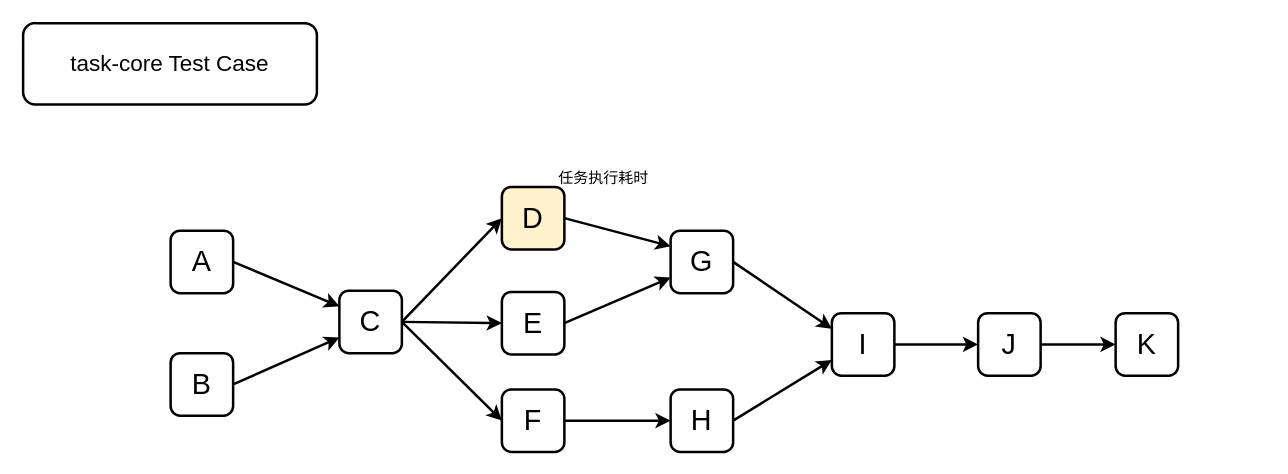
wojiaojsjzs/data-hamal keeps this draw.io diagram as page "Task Test DAG" (3 of 4) of data-hamal.drawio. Above is the earlier version. Source tidied: cells renumbered, new cells numbered last; positions are measured from the earlier drawing's top-left corner, leaving out a move shared by most shapes. Both pictures are drawn from the tidied source at 125%, with x=0, y=0 at pixel (22, 22).
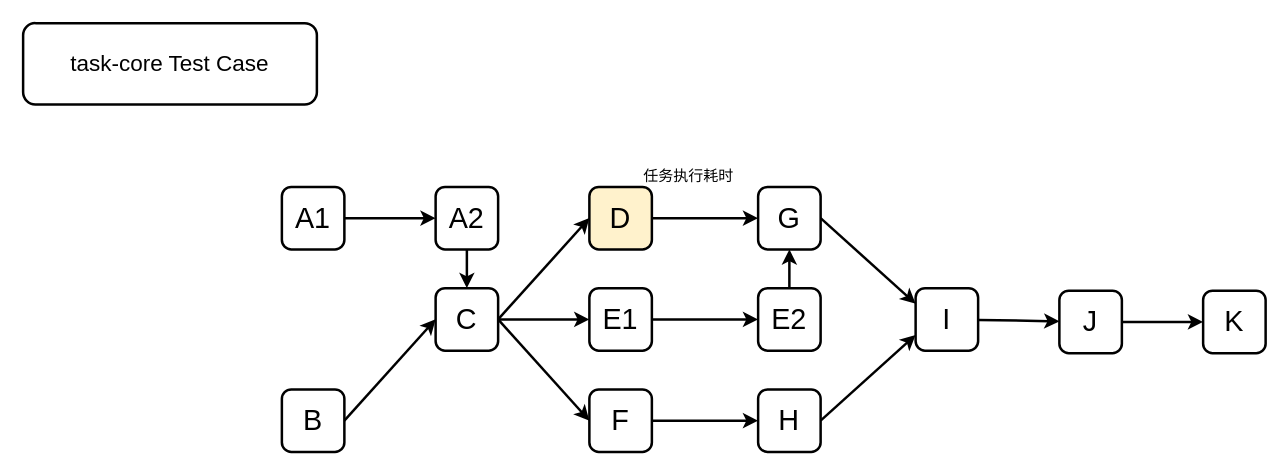
Above is the later version.

Change to the diagram source:
```diff
@@
-    <mxCell id="3" style="jettySize=auto;html=1;exitX=1;exitY=0.5;exitDx=0;exitDy=0;entryX=0;entryY=0.25;entryDx=0;entryDy=0;strokeWidth=2;rounded=1;" parent="1" edge="1" source="4" target="10">
+    <mxCell id="3" style="jettySize=auto;html=1;exitX=1;exitY=0.5;exitDx=0;exitDy=0;entryX=0;entryY=0.5;entryDx=0;entryDy=0;strokeWidth=2;rounded=1;" parent="1" edge="1" source="4" target="27">
       <mxGeometry relative="1" as="geometry" />
     </mxCell>
-    <mxCell id="4" value="A" style="whiteSpace=wrap;html=1;strokeColor=default;strokeWidth=2;fontSize=23;rounded=1;" parent="1" vertex="1">
-      <mxGeometry x="118" y="166" width="50" height="50" as="geometry" />
+    <mxCell id="4" value="A1" style="whiteSpace=wrap;html=1;strokeColor=default;strokeWidth=2;fontSize=23;rounded=1;" parent="1" vertex="1">
+      <mxGeometry x="207" y="131" width="50" height="50" as="geometry" />
     </mxCell>
-    <mxCell id="5" style="edgeStyle=none;jettySize=auto;html=1;exitX=1;exitY=0.5;exitDx=0;exitDy=0;entryX=0;entryY=0.75;entryDx=0;entryDy=0;strokeWidth=2;rounded=1;" parent="1" edge="1" source="6" target="10">
+    <mxCell id="5" style="edgeStyle=none;jettySize=auto;html=1;exitX=1;exitY=0.5;exitDx=0;exitDy=0;entryX=0;entryY=0.5;entryDx=0;entryDy=0;strokeWidth=2;rounded=1;" parent="1" edge="1" source="6" target="10">
       <mxGeometry relative="1" as="geometry" />
     </mxCell>
     <mxCell id="6" value="B" style="whiteSpace=wrap;html=1;strokeColor=default;strokeWidth=2;fontSize=23;rounded=1;" parent="1" vertex="1">
-      <mxGeometry x="118" y="264" width="50" height="50" as="geometry" />
+      <mxGeometry x="207" y="293" width="50" height="50" as="geometry" />
     </mxCell>
@@
     <mxCell id="10" value="C" style="whiteSpace=wrap;html=1;strokeColor=default;strokeWidth=2;fontSize=23;rounded=1;" parent="1" vertex="1">
-      <mxGeometry x="253" y="214" width="50" height="50" as="geometry" />
+      <mxGeometry x="330" y="212" width="50" height="50" as="geometry" />
     </mxCell>
@@
     <mxCell id="12" value="F" style="whiteSpace=wrap;html=1;strokeColor=default;strokeWidth=2;fontSize=23;rounded=1;" parent="1" vertex="1">
-      <mxGeometry x="383" y="293" width="50" height="50" as="geometry" />
+      <mxGeometry x="453" y="293" width="50" height="50" as="geometry" />
     </mxCell>
-    <mxCell id="13" style="edgeStyle=none;jettySize=auto;html=1;exitX=1;exitY=0.5;exitDx=0;exitDy=0;entryX=0;entryY=0.75;entryDx=0;entryDy=0;strokeWidth=2;rounded=1;" parent="1" edge="1" source="14" target="20">
-      <mxGeometry relative="1" as="geometry" />
-    </mxCell>
-    <mxCell id="14" value="E" style="whiteSpace=wrap;html=1;strokeColor=default;strokeWidth=2;fontSize=23;rounded=1;" parent="1" vertex="1">
-      <mxGeometry x="383" y="215" width="50" height="50" as="geometry" />
+    <mxCell id="14" value="E1" style="whiteSpace=wrap;html=1;strokeColor=default;strokeWidth=2;fontSize=23;rounded=1;" parent="1" vertex="1">
+      <mxGeometry x="453" y="212" width="50" height="50" as="geometry" />
     </mxCell>
-    <mxCell id="15" style="edgeStyle=none;jettySize=auto;html=1;exitX=1;exitY=0.5;exitDx=0;exitDy=0;entryX=0;entryY=0.25;entryDx=0;entryDy=0;strokeWidth=2;rounded=1;" parent="1" edge="1" source="16" target="20">
+    <mxCell id="15" style="edgeStyle=none;jettySize=auto;html=1;exitX=1;exitY=0.5;exitDx=0;exitDy=0;entryX=0;entryY=0.5;entryDx=0;entryDy=0;strokeWidth=2;rounded=1;" parent="1" edge="1" source="16" target="20">
       <mxGeometry relative="1" as="geometry" />
     </mxCell>
     <mxCell id="16" value="D" style="whiteSpace=wrap;html=1;strokeColor=#000000;strokeWidth=2;fontSize=23;fillColor=#fff2cc;rounded=1;" parent="1" vertex="1">
-      <mxGeometry x="383" y="131" width="50" height="50" as="geometry" />
+      <mxGeometry x="453" y="131" width="50" height="50" as="geometry" />
     </mxCell>
@@
     <mxCell id="18" value="H" style="whiteSpace=wrap;html=1;strokeWidth=2;fontSize=23;rounded=1;" parent="1" vertex="1">
-      <mxGeometry x="518" y="293" width="50" height="50" as="geometry" />
+      <mxGeometry x="588" y="293" width="50" height="50" as="geometry" />
     </mxCell>
@@
     <mxCell id="20" value="G" style="whiteSpace=wrap;html=1;strokeColor=default;strokeWidth=2;fontSize=23;rounded=1;" parent="1" vertex="1">
-      <mxGeometry x="518" y="166" width="50" height="50" as="geometry" />
+      <mxGeometry x="588" y="131" width="50" height="50" as="geometry" />
     </mxCell>
     <mxCell id="21" value="J" style="whiteSpace=wrap;html=1;strokeColor=default;strokeWidth=2;fontSize=23;rounded=1;" parent="1" vertex="1">
-      <mxGeometry x="764" y="232" width="50" height="50" as="geometry" />
+      <mxGeometry x="829" y="214" width="50" height="50" as="geometry" />
     </mxCell>
@@
     <mxCell id="23" value="I" style="whiteSpace=wrap;html=1;strokeColor=default;strokeWidth=2;fontSize=23;rounded=1;" parent="1" vertex="1">
-      <mxGeometry x="647" y="232" width="50" height="50" as="geometry" />
+      <mxGeometry x="714" y="212" width="50" height="50" as="geometry" />
     </mxCell>
     <mxCell id="24" value="K" style="whiteSpace=wrap;html=1;strokeColor=default;strokeWidth=2;fontSize=23;rounded=1;" parent="1" vertex="1">
-      <mxGeometry x="874" y="232" width="50" height="50" as="geometry" />
+      <mxGeometry x="944" y="214" width="50" height="50" as="geometry" />
     </mxCell>
     <mxCell id="25" value="任务执行耗时" style="text;html=1;align=center;verticalAlign=middle;strokeColor=none;fillColor=none;fontFamily=Hannotate SC;" parent="1" vertex="1">
-      <mxGeometry x="419" y="111" width="90" height="26" as="geometry" />
+      <mxGeometry x="487" y="110" width="90" height="26" as="geometry" />
     </mxCell>
@@
+    <mxCell id="27" value="A2" style="whiteSpace=wrap;html=1;strokeColor=default;strokeWidth=2;fontSize=23;rounded=1;" parent="1" vertex="1">
+      <mxGeometry x="330" y="131" width="50" height="50" as="geometry" />
+    </mxCell>
+    <mxCell id="28" style="jettySize=auto;html=1;exitX=0.5;exitY=1;exitDx=0;exitDy=0;entryX=0.5;entryY=0;entryDx=0;entryDy=0;strokeWidth=2;rounded=1;" parent="1" edge="1" source="27" target="10">
+      <mxGeometry relative="1" as="geometry" />
+    </mxCell>
+    <mxCell id="29" value="E2" style="whiteSpace=wrap;html=1;strokeColor=default;strokeWidth=2;fontSize=23;rounded=1;" parent="1" vertex="1">
+      <mxGeometry x="588" y="212" width="50" height="50" as="geometry" />
+    </mxCell>
+    <mxCell id="30" style="edgeStyle=none;jettySize=auto;html=1;exitX=1;exitY=0.5;exitDx=0;exitDy=0;strokeWidth=2;rounded=1;entryX=0;entryY=0.5;entryDx=0;entryDy=0;" parent="1" edge="1" source="14" target="29">
+      <mxGeometry relative="1" as="geometry" />
+    </mxCell>
+    <mxCell id="31" style="edgeStyle=none;jettySize=auto;html=1;strokeWidth=2;rounded=1;exitX=0.5;exitY=0;exitDx=0;exitDy=0;entryX=0.5;entryY=1;entryDx=0;entryDy=0;" parent="1" edge="1" source="29" target="20">
+      <mxGeometry relative="1" as="geometry" />
+    </mxCell>
```
